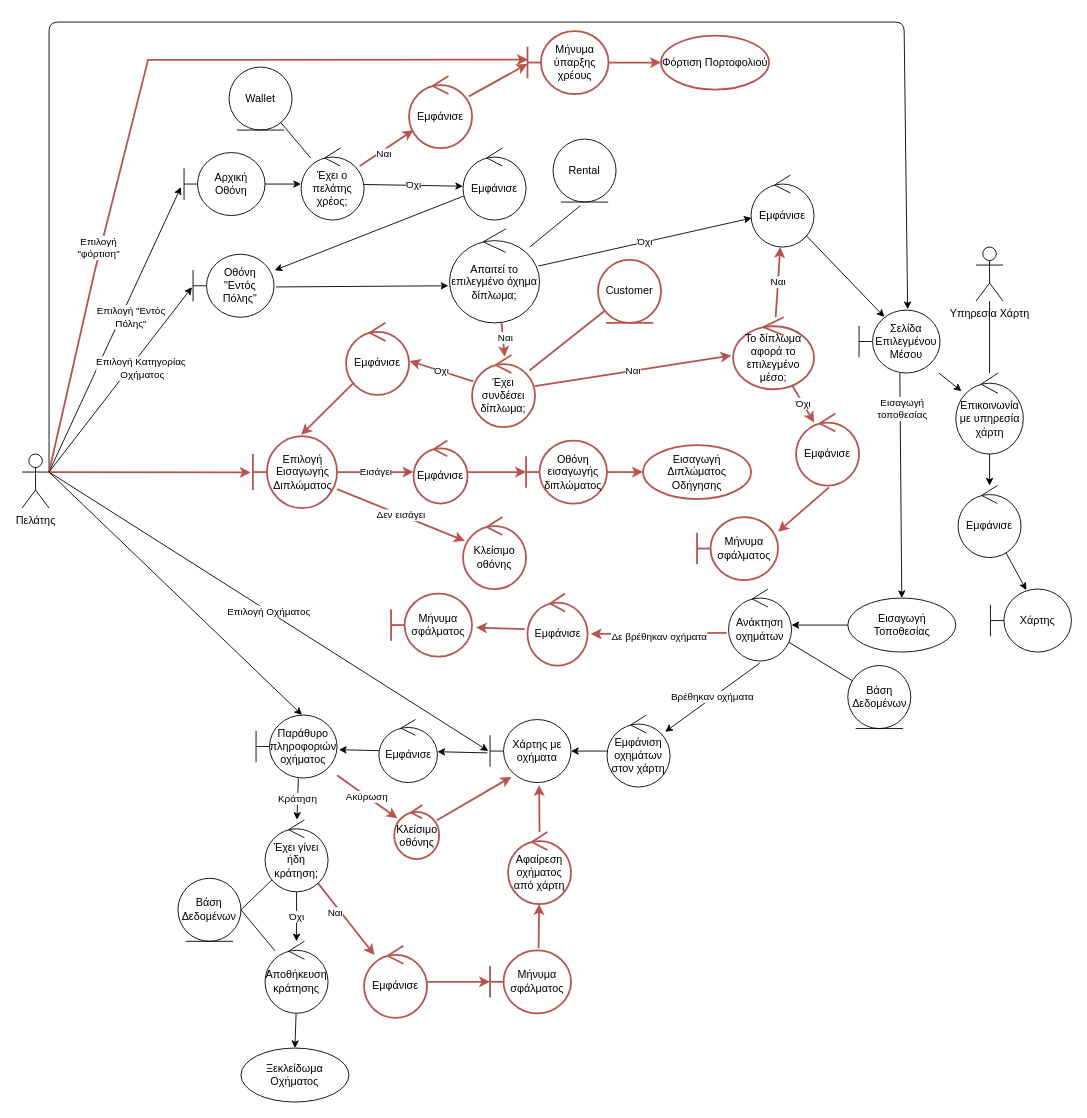
The draw.io diagram Part_4/Robustness/diagrams/01_Επιλογή_Μέσου_Μετακίνησης.drawio in Nikolis2002/texnoligia_logismikou, before the edit. Source tidied: cells renumbered, new cells numbered last; positions are measured from the earlier drawing's top-left corner, leaving out a move shared by most shapes. Both pictures are drawn from the tidied source at 90%, with x=0, y=0 at pixel (22, 22).
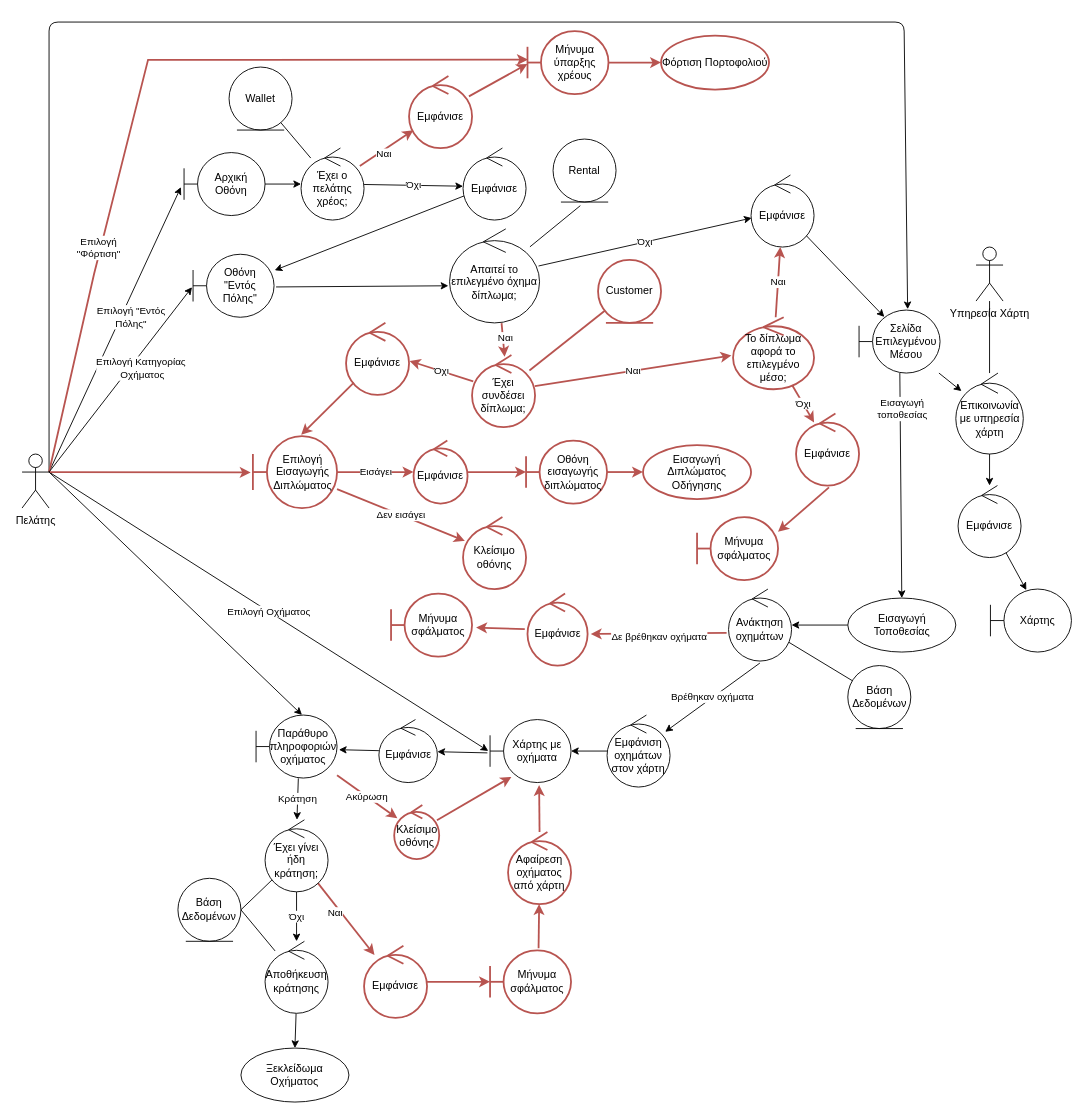
After the change.

Unchanged cells that the change refers to:
```xml
<mxCell id="9" style="edgeStyle=none;html=1;exitX=1;exitY=0.3333333333333333;exitDx=0;exitDy=0;exitPerimeter=0;entryX=0.005;entryY=0.453;entryDx=0;entryDy=0;entryPerimeter=0;rounded=0;strokeColor=#b85450;fillColor=#f8cecc;strokeWidth=2;" parent="1" edge="1" source="11" target="66">
  <mxGeometry relative="1" as="geometry">
    <Array as="points">
      <mxPoint x="80" y="280" />
      <mxPoint x="140" y="42" />
    </Array>
  </mxGeometry>
</mxCell>
```

What changed in the source:
```diff
@@
-    <mxCell id="10" value="Επιλογή&lt;br&gt;&quot;φόρτιση&quot;" style="edgeLabel;html=1;align=center;verticalAlign=middle;" parent="9" vertex="1">
+    <mxCell id="10" value="Επιλογή&lt;br&gt;&quot;Φόρτιση&quot;" style="edgeLabel;html=1;align=center;verticalAlign=middle;" parent="9" vertex="1">
       <mxGeometry x="-0.43" y="3" relative="1" as="geometry" />
     </mxCell>
```
